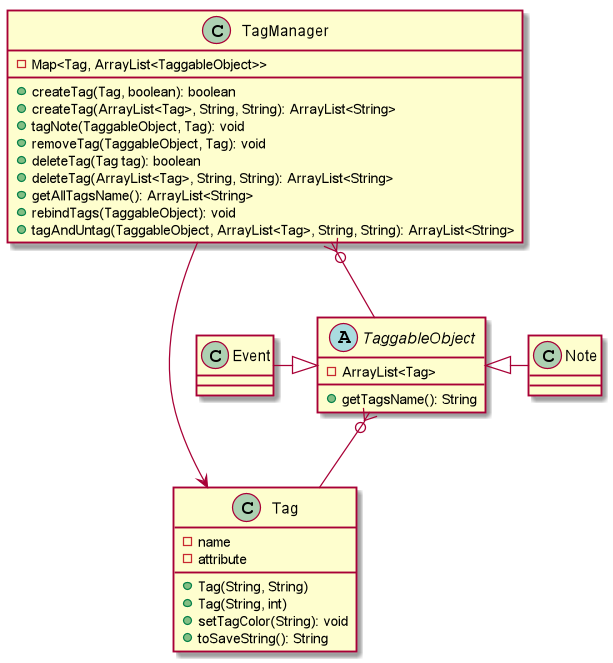
Earlier version of the PlantUML export docs/diagrams/out/TaggableObject.png (nus-cs2113-AY2021S1/tp). Its diagram source:
```plantuml
@startuml

TaggableObject <|- Note
Event -|> TaggableObject

TaggableObject }o== Tag

TagManager }o== TaggableObject
TagManager -> Tag

class TagManager {
-Map<Tag, ArrayList<TaggableObject>>
+createTag(Tag, boolean): boolean
+createTag(ArrayList<Tag>, String, String): ArrayList<String>
+tagNote(TaggableObject, Tag): void
+removeTag(TaggableObject, Tag): void
+deleteTag(Tag tag): boolean
+deleteTag(ArrayList<Tag>, String, String): ArrayList<String>
+getAllTagsName(): ArrayList<String>
+rebindTags(TaggableObject): void
+tagAndUntag(TaggableObject, ArrayList<Tag>, String, String): ArrayList<String>
}

abstract class TaggableObject {
-ArrayList<Tag>
+getTagsName(): String
}

class Tag {
-name
-attribute
+Tag(String, String)
+Tag(String, int)
+setTagColor(String): void
+toSaveString(): String
}

@enduml
```
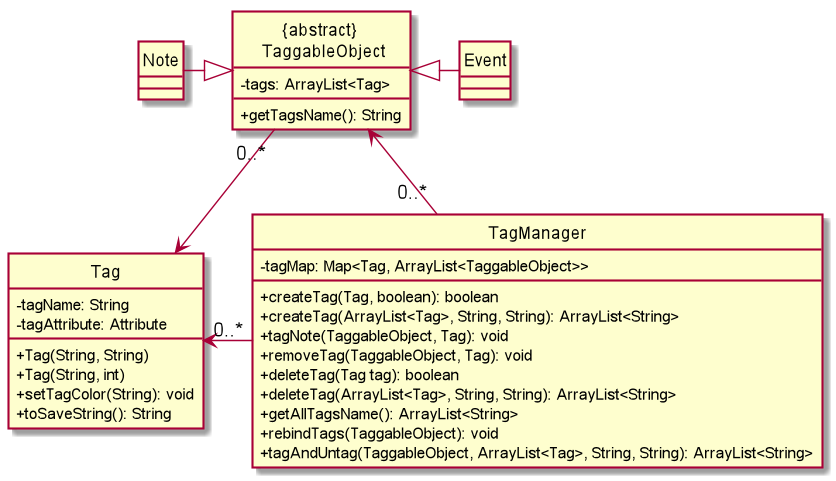
The same diagram one commit later.

Diff of the diagram source:
```diff
@@ -1,15 +1,15 @@
 @startuml
 
-TaggableObject <|- Note
-Event -|> TaggableObject
+hide circle
+skinparam classAttributeIconSize 0
 
-TaggableObject }o== Tag
-
-TagManager }o== TaggableObject
-TagManager -> Tag
+class "{abstract} \n TaggableObject" {
+-tags: ArrayList<Tag>
++getTagsName(): String
+}
 
 class TagManager {
--Map<Tag, ArrayList<TaggableObject>>
+-tagMap: Map<Tag, ArrayList<TaggableObject>>
 +createTag(Tag, boolean): boolean
 +createTag(ArrayList<Tag>, String, String): ArrayList<String>
 +tagNote(TaggableObject, Tag): void
@@ -21,18 +21,20 @@
 +tagAndUntag(TaggableObject, ArrayList<Tag>, String, String): ArrayList<String>
 }
 
-abstract class TaggableObject {
--ArrayList<Tag>
-+getTagsName(): String
-}
-
 class Tag {
--name
--attribute
+-tagName: String
+-tagAttribute: Attribute
 +Tag(String, String)
 +Tag(String, int)
 +setTagColor(String): void
 +toSaveString(): String
 }
 
+Event -left-|> "{abstract} \n TaggableObject"
+Note -|> "{abstract} \n TaggableObject"
+
+"{abstract} \n TaggableObject" "0..*" -down-> Tag
+Tag <-"0..*" TagManager
+TagManager "0..*"-> "{abstract} \n TaggableObject"
+
 @enduml
```
